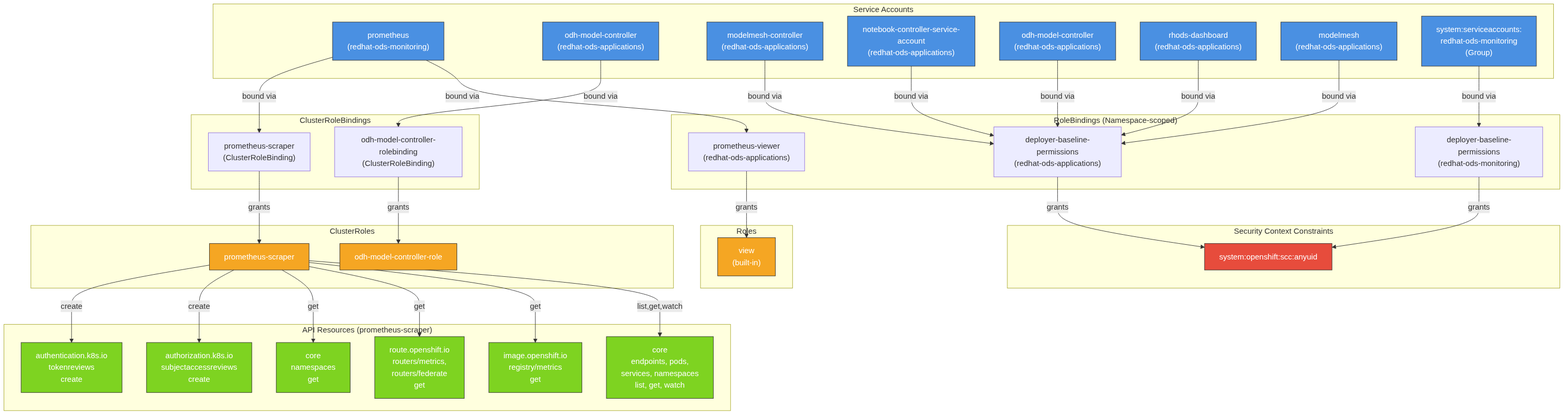
Earlier version of the Mermaid export architecture/rhoai.next/diagrams/odh-deployer-rbac.png (rhuss/architecture-context). Its source is kept beside it as architecture/rhoai.next/diagrams/odh-deployer-rbac.mmd. Its diagram source:
```mermaid
graph TD
    subgraph ServiceAccounts["Service Accounts"]
        SA_Prom["prometheus<br/>(redhat-ods-monitoring)"]
        SA_ModelCtrl["odh-model-controller<br/>(redhat-ods-applications)"]
        SA_MMesh["modelmesh-controller<br/>(redhat-ods-applications)"]
        SA_NBC["notebook-controller-service-account<br/>(redhat-ods-applications)"]
        SA_ODHModel["odh-model-controller<br/>(redhat-ods-applications)"]
        SA_Dashboard["rhods-dashboard<br/>(redhat-ods-applications)"]
        SA_ModelMesh["modelmesh<br/>(redhat-ods-applications)"]
        SA_MonGroup["system:serviceaccounts:<br/>redhat-ods-monitoring<br/>(Group)"]
    end

    subgraph ClusterRoleBindings["ClusterRoleBindings"]
        CRB_Prom["prometheus-scraper<br/>(ClusterRoleBinding)"]
        CRB_Model["odh-model-controller-rolebinding<br/>(ClusterRoleBinding)"]
    end

    subgraph RoleBindings["RoleBindings (Namespace-scoped)"]
        RB_Apps["deployer-baseline-permissions<br/>(redhat-ods-applications)"]
        RB_Mon["deployer-baseline-permissions<br/>(redhat-ods-monitoring)"]
        RB_View["prometheus-viewer<br/>(redhat-ods-applications)"]
    end

    subgraph ClusterRoles["ClusterRoles"]
        CR_Scraper["prometheus-scraper"]
        CR_ModelCtrl["odh-model-controller-role"]
    end

    subgraph SCCs["Security Context Constraints"]
        SCC_AnyUID["system:openshift:scc:anyuid"]
    end

    subgraph Roles["Roles"]
        R_View["view<br/>(built-in)"]
    end

    subgraph APIResources_Scraper["API Resources (prometheus-scraper)"]
        TR["authentication.k8s.io<br/>tokenreviews<br/>create"]
        SAR["authorization.k8s.io<br/>subjectaccessreviews<br/>create"]
        NS["core<br/>namespaces<br/>get"]
        Routes["route.openshift.io<br/>routers/metrics,<br/>routers/federate<br/>get"]
        Registry["image.openshift.io<br/>registry/metrics<br/>get"]
        CoreResources["core<br/>endpoints, pods,<br/>services, namespaces<br/>list, get, watch"]
    end

    SA_Prom -->|"bound via"| CRB_Prom
    CRB_Prom -->|"grants"| CR_Scraper
    SA_ModelCtrl -->|"bound via"| CRB_Model
    CRB_Model -->|"grants"| CR_ModelCtrl

    CR_Scraper -->|"create"| TR
    CR_Scraper -->|"create"| SAR
    CR_Scraper -->|"get"| NS
    CR_Scraper -->|"get"| Routes
    CR_Scraper -->|"get"| Registry
    CR_Scraper -->|"list,get,watch"| CoreResources

    SA_MMesh -->|"bound via"| RB_Apps
    SA_NBC -->|"bound via"| RB_Apps
    SA_ODHModel -->|"bound via"| RB_Apps
    SA_Dashboard -->|"bound via"| RB_Apps
    SA_ModelMesh -->|"bound via"| RB_Apps
    RB_Apps -->|"grants"| SCC_AnyUID

    SA_MonGroup -->|"bound via"| RB_Mon
    RB_Mon -->|"grants"| SCC_AnyUID

    SA_Prom -->|"bound via"| RB_View
    RB_View -->|"grants"| R_View

    style SA_Prom fill:#4a90e2,stroke:#333,color:#fff
    style SA_ModelCtrl fill:#4a90e2,stroke:#333,color:#fff
    style SA_MMesh fill:#4a90e2,stroke:#333,color:#fff
    style SA_NBC fill:#4a90e2,stroke:#333,color:#fff
    style SA_ODHModel fill:#4a90e2,stroke:#333,color:#fff
    style SA_Dashboard fill:#4a90e2,stroke:#333,color:#fff
    style SA_ModelMesh fill:#4a90e2,stroke:#333,color:#fff
    style SA_MonGroup fill:#4a90e2,stroke:#333,color:#fff
    style CR_Scraper fill:#f5a623,stroke:#333,color:#fff
    style CR_ModelCtrl fill:#f5a623,stroke:#333,color:#fff
    style SCC_AnyUID fill:#e74c3c,stroke:#333,color:#fff
    style R_View fill:#f5a623,stroke:#333,color:#fff
    style TR fill:#7ed321,stroke:#333,color:#fff
    style SAR fill:#7ed321,stroke:#333,color:#fff
    style NS fill:#7ed321,stroke:#333,color:#fff
    style Routes fill:#7ed321,stroke:#333,color:#fff
    style Registry fill:#7ed321,stroke:#333,color:#fff
    style CoreResources fill:#7ed321,stroke:#333,color:#fff
```
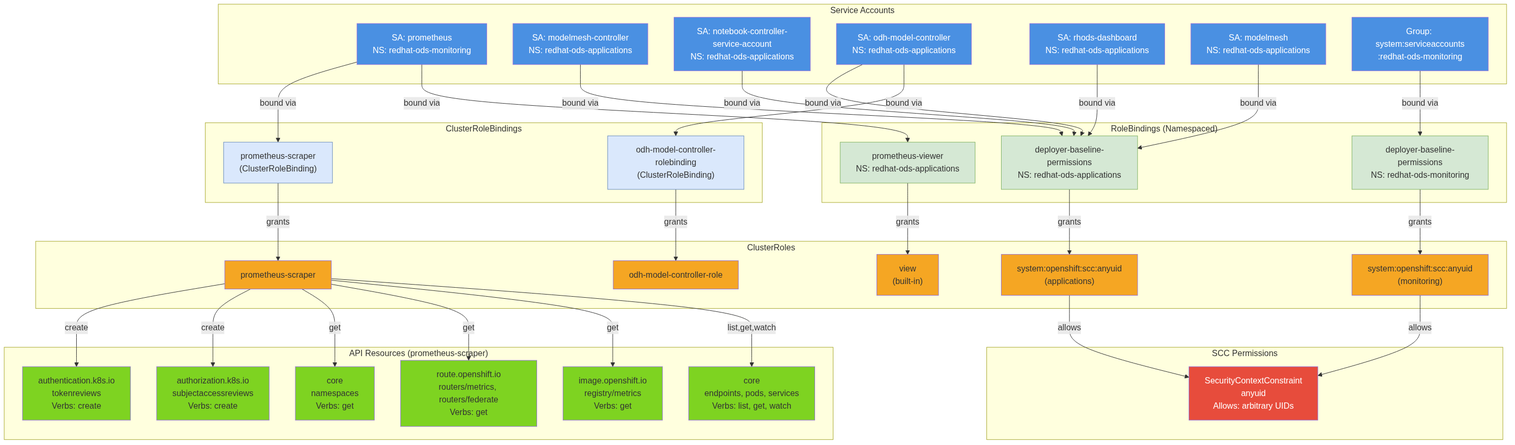
The same diagram one commit later.

The edit, as a diff of the source:
```diff
@@ -1,88 +1,94 @@
 graph TD
     subgraph ServiceAccounts["Service Accounts"]
-        SA_Prom["prometheus<br/>(redhat-ods-monitoring)"]
-        SA_ModelCtrl["odh-model-controller<br/>(redhat-ods-applications)"]
-        SA_MMesh["modelmesh-controller<br/>(redhat-ods-applications)"]
-        SA_NBC["notebook-controller-service-account<br/>(redhat-ods-applications)"]
-        SA_ODHModel["odh-model-controller<br/>(redhat-ods-applications)"]
-        SA_Dashboard["rhods-dashboard<br/>(redhat-ods-applications)"]
-        SA_ModelMesh["modelmesh<br/>(redhat-ods-applications)"]
-        SA_MonGroup["system:serviceaccounts:<br/>redhat-ods-monitoring<br/>(Group)"]
+        SA_Prom["SA: prometheus<br/>NS: redhat-ods-monitoring"]
+        SA_ModelMesh["SA: modelmesh-controller<br/>NS: redhat-ods-applications"]
+        SA_NBC["SA: notebook-controller-service-account<br/>NS: redhat-ods-applications"]
+        SA_ModelCtrl["SA: odh-model-controller<br/>NS: redhat-ods-applications"]
+        SA_Dashboard["SA: rhods-dashboard<br/>NS: redhat-ods-applications"]
+        SA_MM["SA: modelmesh<br/>NS: redhat-ods-applications"]
+        SA_MonGroup["Group: system:serviceaccounts<br/>:redhat-ods-monitoring"]
     end
 
     subgraph ClusterRoleBindings["ClusterRoleBindings"]
-        CRB_Prom["prometheus-scraper<br/>(ClusterRoleBinding)"]
-        CRB_Model["odh-model-controller-rolebinding<br/>(ClusterRoleBinding)"]
+        CRB_Scraper["prometheus-scraper<br/>(ClusterRoleBinding)"]
+        CRB_ModelCtrl["odh-model-controller-rolebinding<br/>(ClusterRoleBinding)"]
     end
 
-    subgraph RoleBindings["RoleBindings (Namespace-scoped)"]
-        RB_Apps["deployer-baseline-permissions<br/>(redhat-ods-applications)"]
-        RB_Mon["deployer-baseline-permissions<br/>(redhat-ods-monitoring)"]
-        RB_View["prometheus-viewer<br/>(redhat-ods-applications)"]
+    subgraph RoleBindings["RoleBindings (Namespaced)"]
+        RB_Apps["deployer-baseline-permissions<br/>NS: redhat-ods-applications"]
+        RB_Mon["deployer-baseline-permissions<br/>NS: redhat-ods-monitoring"]
+        RB_Viewer["prometheus-viewer<br/>NS: redhat-ods-applications"]
     end
 
     subgraph ClusterRoles["ClusterRoles"]
         CR_Scraper["prometheus-scraper"]
+        CR_AnyUID_Apps["system:openshift:scc:anyuid<br/>(applications)"]
+        CR_AnyUID_Mon["system:openshift:scc:anyuid<br/>(monitoring)"]
         CR_ModelCtrl["odh-model-controller-role"]
-    end
-
-    subgraph SCCs["Security Context Constraints"]
-        SCC_AnyUID["system:openshift:scc:anyuid"]
-    end
-
-    subgraph Roles["Roles"]
-        R_View["view<br/>(built-in)"]
+        CR_View["view<br/>(built-in)"]
     end
 
     subgraph APIResources_Scraper["API Resources (prometheus-scraper)"]
-        TR["authentication.k8s.io<br/>tokenreviews<br/>create"]
-        SAR["authorization.k8s.io<br/>subjectaccessreviews<br/>create"]
-        NS["core<br/>namespaces<br/>get"]
-        Routes["route.openshift.io<br/>routers/metrics,<br/>routers/federate<br/>get"]
-        Registry["image.openshift.io<br/>registry/metrics<br/>get"]
-        CoreResources["core<br/>endpoints, pods,<br/>services, namespaces<br/>list, get, watch"]
+        TokenReviews["authentication.k8s.io<br/>tokenreviews<br/>Verbs: create"]
+        SAR["authorization.k8s.io<br/>subjectaccessreviews<br/>Verbs: create"]
+        Namespaces["core<br/>namespaces<br/>Verbs: get"]
+        RouteMetrics["route.openshift.io<br/>routers/metrics, routers/federate<br/>Verbs: get"]
+        RegistryMetrics["image.openshift.io<br/>registry/metrics<br/>Verbs: get"]
+        CoreResources["core<br/>endpoints, pods, services<br/>Verbs: list, get, watch"]
     end
 
-    SA_Prom -->|"bound via"| CRB_Prom
-    CRB_Prom -->|"grants"| CR_Scraper
-    SA_ModelCtrl -->|"bound via"| CRB_Model
-    CRB_Model -->|"grants"| CR_ModelCtrl
+    subgraph SCC_Resources["SCC Permissions"]
+        AnyUID["SecurityContextConstraint<br/>anyuid<br/>Allows: arbitrary UIDs"]
+    end
 
-    CR_Scraper -->|"create"| TR
+    SA_Prom -->|"bound via"| CRB_Scraper
+    CRB_Scraper -->|"grants"| CR_Scraper
+    CR_Scraper -->|"create"| TokenReviews
     CR_Scraper -->|"create"| SAR
-    CR_Scraper -->|"get"| NS
-    CR_Scraper -->|"get"| Routes
-    CR_Scraper -->|"get"| Registry
+    CR_Scraper -->|"get"| Namespaces
+    CR_Scraper -->|"get"| RouteMetrics
+    CR_Scraper -->|"get"| RegistryMetrics
     CR_Scraper -->|"list,get,watch"| CoreResources
 
-    SA_MMesh -->|"bound via"| RB_Apps
+    SA_ModelMesh -->|"bound via"| RB_Apps
     SA_NBC -->|"bound via"| RB_Apps
-    SA_ODHModel -->|"bound via"| RB_Apps
+    SA_ModelCtrl -->|"bound via"| RB_Apps
     SA_Dashboard -->|"bound via"| RB_Apps
-    SA_ModelMesh -->|"bound via"| RB_Apps
-    RB_Apps -->|"grants"| SCC_AnyUID
+    SA_MM -->|"bound via"| RB_Apps
+    RB_Apps -->|"grants"| CR_AnyUID_Apps
+    CR_AnyUID_Apps -->|"allows"| AnyUID
 
     SA_MonGroup -->|"bound via"| RB_Mon
-    RB_Mon -->|"grants"| SCC_AnyUID
+    RB_Mon -->|"grants"| CR_AnyUID_Mon
+    CR_AnyUID_Mon -->|"allows"| AnyUID
 
-    SA_Prom -->|"bound via"| RB_View
-    RB_View -->|"grants"| R_View
+    SA_Prom -->|"bound via"| RB_Viewer
+    RB_Viewer -->|"grants"| CR_View
 
-    style SA_Prom fill:#4a90e2,stroke:#333,color:#fff
-    style SA_ModelCtrl fill:#4a90e2,stroke:#333,color:#fff
-    style SA_MMesh fill:#4a90e2,stroke:#333,color:#fff
-    style SA_NBC fill:#4a90e2,stroke:#333,color:#fff
-    style SA_ODHModel fill:#4a90e2,stroke:#333,color:#fff
-    style SA_Dashboard fill:#4a90e2,stroke:#333,color:#fff
-    style SA_ModelMesh fill:#4a90e2,stroke:#333,color:#fff
-    style SA_MonGroup fill:#4a90e2,stroke:#333,color:#fff
-    style CR_Scraper fill:#f5a623,stroke:#333,color:#fff
-    style CR_ModelCtrl fill:#f5a623,stroke:#333,color:#fff
-    style SCC_AnyUID fill:#e74c3c,stroke:#333,color:#fff
-    style R_View fill:#f5a623,stroke:#333,color:#fff
-    style TR fill:#7ed321,stroke:#333,color:#fff
-    style SAR fill:#7ed321,stroke:#333,color:#fff
-    style NS fill:#7ed321,stroke:#333,color:#fff
-    style Routes fill:#7ed321,stroke:#333,color:#fff
-    style Registry fill:#7ed321,stroke:#333,color:#fff
-    style CoreResources fill:#7ed321,stroke:#333,color:#fff
+    SA_ModelCtrl -->|"bound via"| CRB_ModelCtrl
+    CRB_ModelCtrl -->|"grants"| CR_ModelCtrl
+
+    style SA_Prom fill:#4a90e2,color:#fff
+    style SA_ModelMesh fill:#4a90e2,color:#fff
+    style SA_NBC fill:#4a90e2,color:#fff
+    style SA_ModelCtrl fill:#4a90e2,color:#fff
+    style SA_Dashboard fill:#4a90e2,color:#fff
+    style SA_MM fill:#4a90e2,color:#fff
+    style SA_MonGroup fill:#4a90e2,color:#fff
+    style CR_Scraper fill:#f5a623
+    style CR_AnyUID_Apps fill:#f5a623
+    style CR_AnyUID_Mon fill:#f5a623
+    style CR_ModelCtrl fill:#f5a623
+    style CR_View fill:#f5a623
+    style TokenReviews fill:#7ed321
+    style SAR fill:#7ed321
+    style Namespaces fill:#7ed321
+    style RouteMetrics fill:#7ed321
+    style RegistryMetrics fill:#7ed321
+    style CoreResources fill:#7ed321
+    style AnyUID fill:#e74c3c,color:#fff
+    style CRB_Scraper fill:#dae8fc,stroke:#6c8ebf
+    style CRB_ModelCtrl fill:#dae8fc,stroke:#6c8ebf
+    style RB_Apps fill:#d5e8d4,stroke:#82b366
+    style RB_Mon fill:#d5e8d4,stroke:#82b366
+    style RB_Viewer fill:#d5e8d4,stroke:#82b366
```
